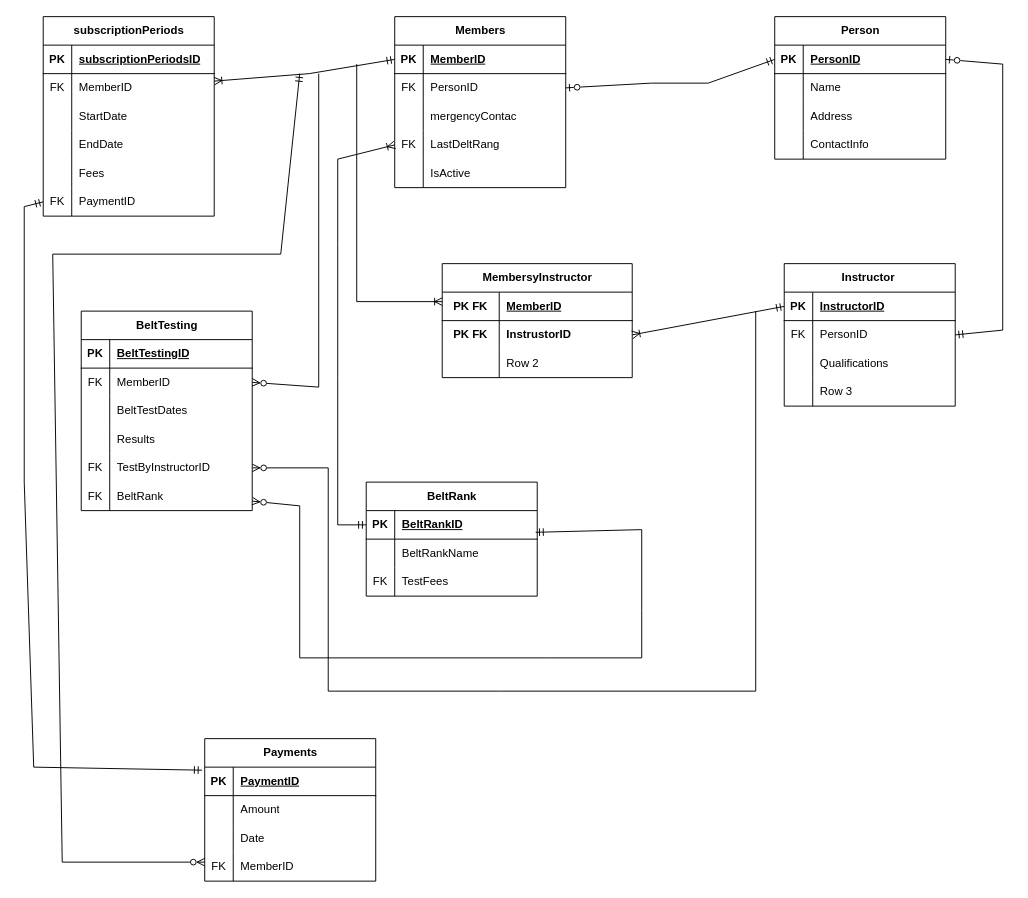
Above: Karate Club .drawio in azizadiab/DataBase (draw.io), before the change. Source tidied: cells renumbered, new cells numbered last; positions are measured from the earlier drawing's top-left corner, leaving out a move shared by most shapes. Both pictures are drawn from the tidied source at 95%, with x=0, y=0 at pixel (24, 16).
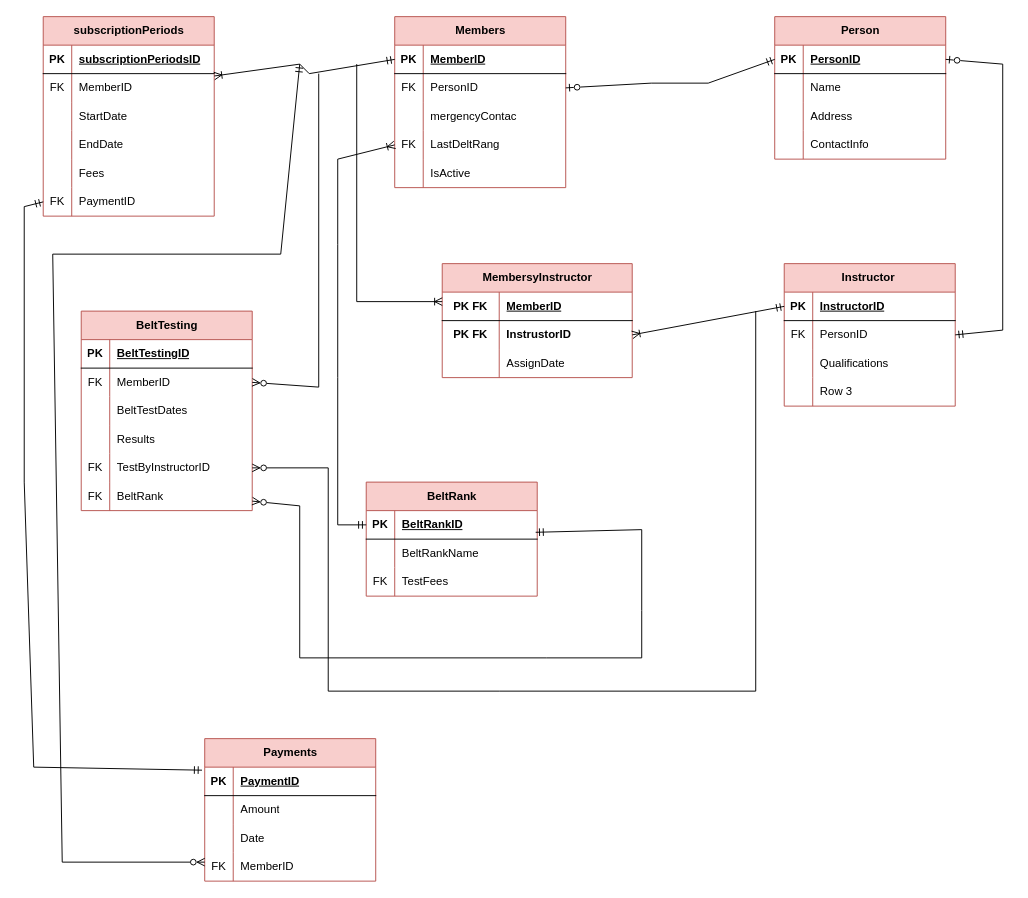
The same diagram, later.

The change refers to these unchanged cells:
```xml
<mxCell id="16" style="shape=tableRow;horizontal=0;startSize=0;swimlaneHead=0;swimlaneBody=0;fillColor=none;points=[[0,0.5],[1,0.5]];portConstraint=eastwest;top=0;left=0;right=0;bottom=1;" parent="15" vertex="1">
  <mxGeometry y="30" width="180" height="30" as="geometry" />
</mxCell>
<mxCell id="35" style="shape=tableRow;horizontal=0;startSize=0;swimlaneHead=0;swimlaneBody=0;fillColor=none;points=[[0,0.5],[1,0.5]];portConstraint=eastwest;top=0;left=0;right=0;bottom=0;" parent="31" vertex="1">
  <mxGeometry y="60" width="180" height="30" as="geometry" />
</mxCell>
<mxCell id="73" style="shape=tableRow;horizontal=0;startSize=0;swimlaneHead=0;swimlaneBody=0;fillColor=none;top=0;left=0;right=0;bottom=0;" parent="66" vertex="1">
  <mxGeometry y="90" width="200" height="30" as="geometry" />
</mxCell>
```

Diff of the diagram source:
```diff
@@
-    <mxCell id="2" value="Person" style="shape=table;startSize=30;childLayout=tableLayout;rowLines=0;fontStyle=1;align=center;html=1;" parent="1" vertex="1">
+    <mxCell id="2" value="Person" style="shape=table;startSize=30;childLayout=tableLayout;rowLines=0;fontStyle=1;align=center;html=1;fillColor=#f8cecc;strokeColor=#b85450;" parent="1" vertex="1">
       <mxGeometry x="790" width="180" height="150" as="geometry" />
     </mxCell>
@@
-    <mxCell id="15" value="Members" style="shape=table;startSize=30;childLayout=tableLayout;rowLines=0;fontStyle=1;align=center;html=1;" parent="1" vertex="1">
+    <mxCell id="15" value="Members" style="shape=table;startSize=30;childLayout=tableLayout;rowLines=0;fontStyle=1;align=center;html=1;fillColor=#f8cecc;strokeColor=#b85450;" parent="1" vertex="1">
       <mxGeometry x="390" width="180" height="180" as="geometry" />
     </mxCell>
@@
-    <mxCell id="31" value="subscriptionPeriods" style="shape=table;startSize=30;childLayout=tableLayout;rowLines=0;fontStyle=1;align=center;html=1;" parent="1" vertex="1">
+    <mxCell id="31" value="subscriptionPeriods" style="shape=table;startSize=30;childLayout=tableLayout;rowLines=0;fontStyle=1;align=center;html=1;fillColor=#f8cecc;strokeColor=#b85450;" parent="1" vertex="1">
       <mxGeometry x="20" width="180" height="210" as="geometry" />
     </mxCell>
@@
-    <mxCell id="50" value="Instructor&amp;nbsp;" style="shape=table;startSize=30;childLayout=tableLayout;rowLines=0;fontStyle=1;align=center;html=1;" parent="1" vertex="1">
+    <mxCell id="50" value="Instructor&amp;nbsp;" style="shape=table;startSize=30;childLayout=tableLayout;rowLines=0;fontStyle=1;align=center;html=1;fillColor=#f8cecc;strokeColor=#b85450;" parent="1" vertex="1">
       <mxGeometry x="800" y="260" width="180" height="150" as="geometry" />
     </mxCell>
@@
     <mxCell id="65" style="endArrow=ERmandOne;html=1;rounded=0;entryX=0;entryY=0.5;entryDx=0;entryDy=0;endFill=0;startArrow=ERoneToMany;startFill=0;" parent="1" edge="1" source="35" target="16">
       <mxGeometry relative="1" as="geometry">
         <Array as="points">
+          <mxPoint x="290" y="50" />
           <mxPoint x="300" y="60" />
         </Array>
       </mxGeometry>
     </mxCell>
-    <mxCell id="66" value="MembersyInstructor" style="shape=table;startSize=30;childLayout=tableLayout;rowLines=0;fontStyle=1;align=center;html=1;" parent="1" vertex="1">
+    <mxCell id="66" value="MembersyInstructor" style="shape=table;startSize=30;childLayout=tableLayout;rowLines=0;fontStyle=1;align=center;html=1;fillColor=#f8cecc;strokeColor=#b85450;" parent="1" vertex="1">
       <mxGeometry x="440" y="260" width="200" height="120" as="geometry" />
     </mxCell>
@@
-    <mxCell id="75" value="Row 2" style="shape=partialRectangle;fillColor=none;top=0;left=0;bottom=0;right=0;align=left;spacingLeft=6;overflow=hidden;whiteSpace=wrap;html=1;" parent="73" vertex="1">
+    <mxCell id="75" value="AssignDate" style="shape=partialRectangle;fillColor=none;top=0;left=0;bottom=0;right=0;align=left;spacingLeft=6;overflow=hidden;whiteSpace=wrap;html=1;" parent="73" vertex="1">
       <mxGeometry x="60" width="140" height="30" as="geometry" />
     </mxCell>
@@
-    <mxCell id="78" value="BeltRank" style="shape=table;startSize=30;childLayout=tableLayout;rowLines=0;fontStyle=1;align=center;html=1;" parent="1" vertex="1">
+    <mxCell id="78" value="BeltRank" style="shape=table;startSize=30;childLayout=tableLayout;rowLines=0;fontStyle=1;align=center;html=1;fillColor=#f8cecc;strokeColor=#b85450;" parent="1" vertex="1">
       <mxGeometry x="360" y="490" width="180" height="120" as="geometry" />
     </mxCell>
@@
-    <mxCell id="88" value="BeltTesting" style="shape=table;startSize=30;childLayout=tableLayout;rowLines=0;fontStyle=1;align=center;html=1;" parent="1" vertex="1">
+    <mxCell id="88" value="BeltTesting" style="shape=table;startSize=30;childLayout=tableLayout;rowLines=0;fontStyle=1;align=center;html=1;fillColor=#f8cecc;strokeColor=#b85450;" parent="1" vertex="1">
       <mxGeometry x="60" y="310" width="180" height="210" as="geometry" />
     </mxCell>
@@
-    <mxCell id="111" value="Payments" style="shape=table;startSize=30;childLayout=tableLayout;rowLines=0;fontStyle=1;align=center;html=1;" parent="1" vertex="1">
+    <mxCell id="111" value="Payments" style="shape=table;startSize=30;childLayout=tableLayout;rowLines=0;fontStyle=1;align=center;html=1;fillColor=#f8cecc;strokeColor=#b85450;" parent="1" vertex="1">
       <mxGeometry x="190" y="760" width="180" height="150" as="geometry" />
     </mxCell>
@@
     <mxCell id="125" style="endArrow=ERzeroToMany;html=1;rounded=0;endFill=0;startArrow=ERmandOne;startFill=0;" parent="1" edge="1">
       <mxGeometry relative="1" as="geometry">
-        <mxPoint x="290" y="60" as="sourcePoint" />
+        <mxPoint x="290" y="50" as="sourcePoint" />
         <mxPoint x="190" y="890" as="targetPoint" />
         <Array as="points">
           <mxPoint x="270" y="250" />
           <mxPoint x="30" y="250" />
           <mxPoint x="40" y="890" />
         </Array>
       </mxGeometry>
     </mxCell>
```
